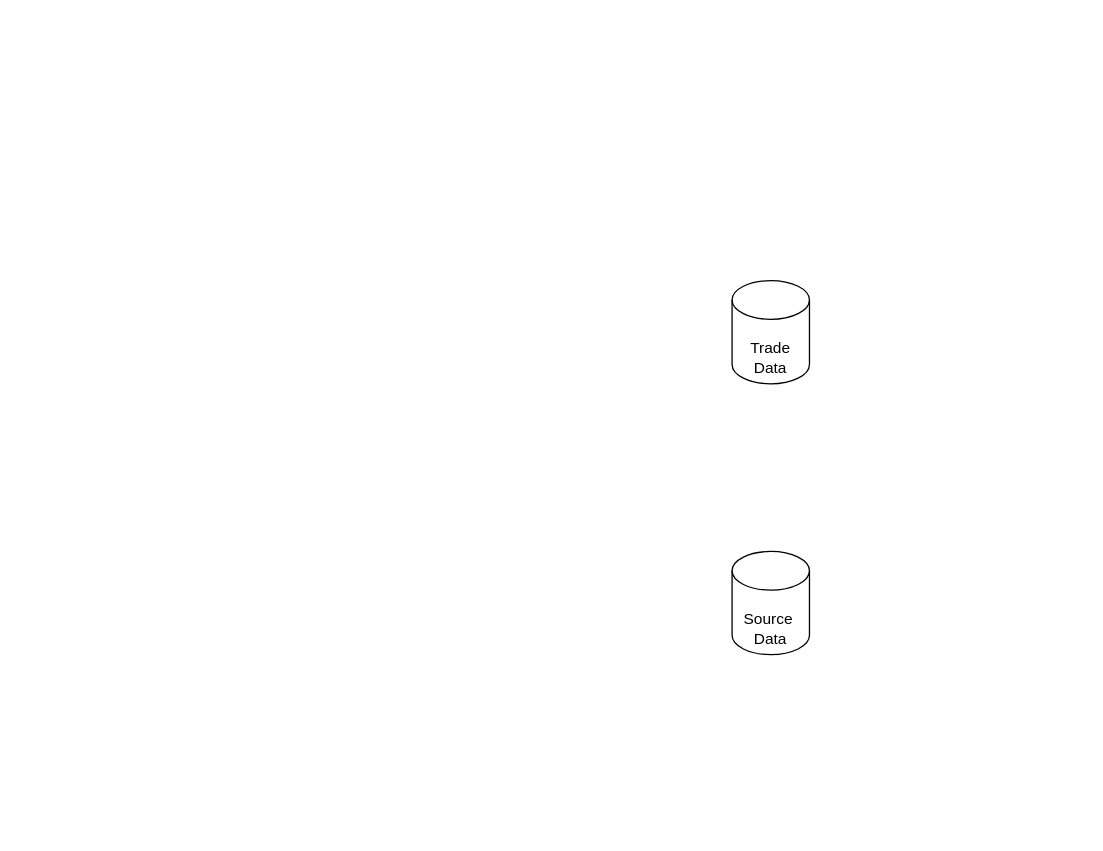
Earlier version of the draw.io diagram Guided_Capstone_Step1.drawio (JamesHizon/Guided_Capstone_Step_1). Source tidied: cells renumbered, new cells numbered last; positions are measured from the earlier drawing's top-left corner, leaving out a move shared by most shapes. Both pictures are drawn from the tidied source at 129%, with x=0, y=0 at pixel (731, 280).
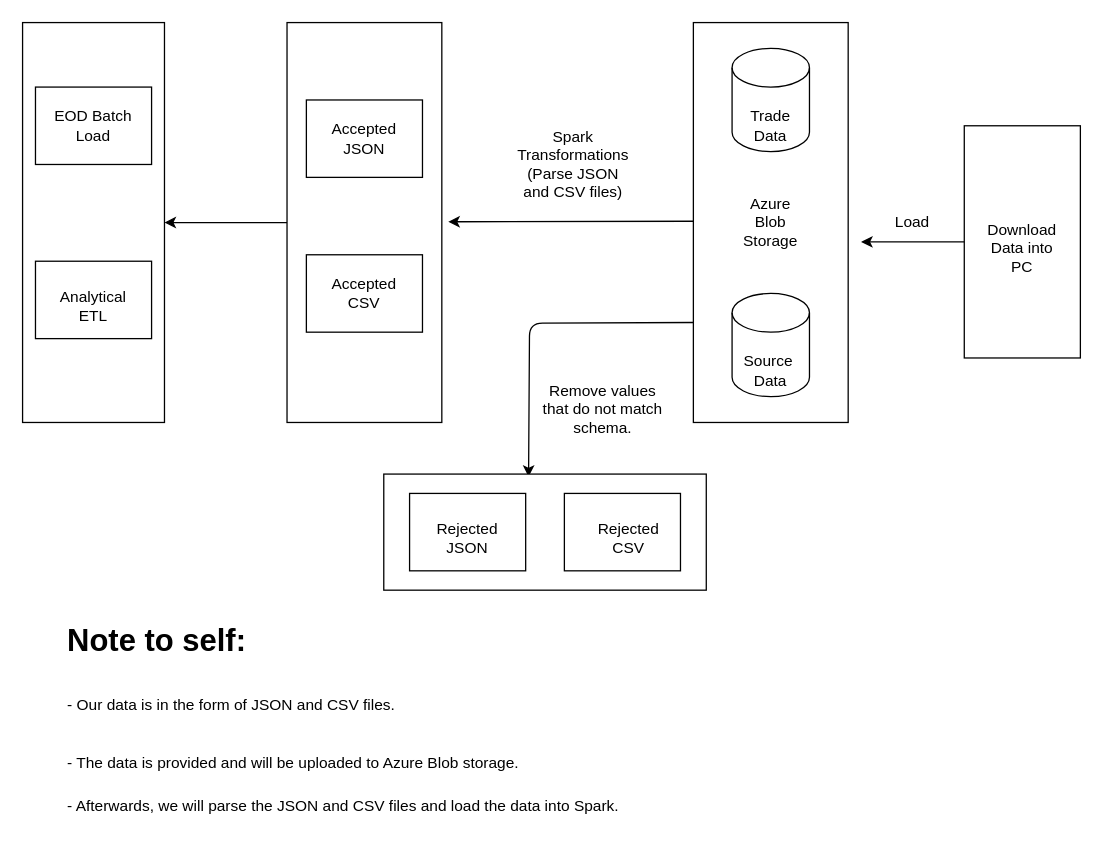
The same page after the edit.

The edit, as a diff of the source:
```diff
@@
+    <mxCell id="6" style="rounded=0;whiteSpace=wrap;html=1;" parent="1" vertex="1">
+      <mxGeometry x="-30" y="-200" width="120" height="310" as="geometry" />
+    </mxCell>
     <mxCell id="2" style="shape=cylinder3;whiteSpace=wrap;html=1;boundedLbl=1;backgroundOutline=1;size=15;" parent="1" vertex="1">
-      <mxGeometry width="60" height="80" as="geometry" />
+      <mxGeometry y="-180" width="60" height="80" as="geometry" />
     </mxCell>
     <mxCell id="3" style="shape=cylinder3;whiteSpace=wrap;html=1;boundedLbl=1;backgroundOutline=1;size=15;" parent="1" vertex="1">
-      <mxGeometry y="210" width="60" height="80" as="geometry" />
+      <mxGeometry y="10" width="60" height="80" as="geometry" />
     </mxCell>
     <mxCell id="4" value="Trade Data" style="text;html=1;strokeColor=none;fillColor=none;align=center;verticalAlign=middle;whiteSpace=wrap;rounded=0;" parent="1" vertex="1">
-      <mxGeometry x="10" y="50" width="40" height="20" as="geometry" />
+      <mxGeometry x="10" y="-130" width="40" height="20" as="geometry" />
     </mxCell>
     <mxCell id="5" value="Source&amp;nbsp;&lt;br&gt;Data" style="text;html=1;strokeColor=none;fillColor=none;align=center;verticalAlign=middle;whiteSpace=wrap;rounded=0;" parent="1" vertex="1">
-      <mxGeometry x="10" y="260" width="40" height="20" as="geometry" />
+      <mxGeometry x="10" y="60" width="40" height="20" as="geometry" />
     </mxCell>
+    <mxCell id="7" value="&lt;h1&gt;Note to self:&lt;/h1&gt;&lt;h1&gt;&lt;span style=&quot;font-size: 12px ; font-weight: normal&quot;&gt;- Our data is in&amp;nbsp;the form of JSON and CSV files.&lt;/span&gt;&lt;/h1&gt;&lt;h1&gt;&lt;span style=&quot;font-size: 12px ; font-weight: normal&quot;&gt;- The data is provided and will be uploaded to Azure Blob storage.&lt;/span&gt;&lt;/h1&gt;&lt;div&gt;- Afterwards, we will parse the JSON and CSV files&amp;nbsp;and load the data into Spark.&lt;/div&gt;&lt;div&gt;&lt;br&gt;&lt;/div&gt;&lt;div&gt;&lt;br&gt;&lt;/div&gt;&lt;div&gt;&lt;br&gt;&lt;/div&gt;" style="text;html=1;strokeColor=none;fillColor=none;spacing=5;spacingTop=-20;whiteSpace=wrap;overflow=hidden;rounded=0;" parent="1" vertex="1">
+      <mxGeometry x="-520" y="260" width="490" height="165" as="geometry" />
+    </mxCell>
+    <mxCell id="8" value="Azure Blob Storage" style="text;html=1;strokeColor=none;fillColor=none;align=center;verticalAlign=middle;whiteSpace=wrap;rounded=0;" parent="1" vertex="1">
+      <mxGeometry x="10" y="-55" width="40" height="20" as="geometry" />
+    </mxCell>
+    <mxCell id="9" style="endArrow=classic;html=1;" parent="1" edge="1">
+      <mxGeometry relative="1" as="geometry">
+        <mxPoint x="-30" y="-46" as="sourcePoint" />
+        <mxPoint x="-220" y="-45.6" as="targetPoint" />
+      </mxGeometry>
+    </mxCell>
+    <mxCell id="10" value="Spark Transformations&lt;br&gt;(Parse JSON and CSV files)" style="text;html=1;strokeColor=none;fillColor=none;align=center;verticalAlign=middle;whiteSpace=wrap;rounded=0;" parent="1" vertex="1">
+      <mxGeometry x="-170" y="-100" width="94" height="20" as="geometry" />
+    </mxCell>
+    <mxCell id="11" style="rounded=0;whiteSpace=wrap;html=1;" parent="1" vertex="1">
+      <mxGeometry x="180" y="-120" width="90" height="180" as="geometry" />
+    </mxCell>
+    <mxCell id="12" value="Download&lt;br&gt;Data into PC" style="text;html=1;strokeColor=none;fillColor=none;align=center;verticalAlign=middle;whiteSpace=wrap;rounded=0;" parent="1" vertex="1">
+      <mxGeometry x="205" y="-35" width="40" height="20" as="geometry" />
+    </mxCell>
+    <mxCell id="13" style="endArrow=classic;html=1;exitX=0;exitY=0.5;exitDx=0;exitDy=0;" parent="1" edge="1" source="11">
+      <mxGeometry relative="1" as="geometry">
+        <mxPoint x="100" y="-30" as="targetPoint" />
+      </mxGeometry>
+    </mxCell>
+    <mxCell id="14" value="Load" style="text;html=1;strokeColor=none;fillColor=none;align=center;verticalAlign=middle;whiteSpace=wrap;rounded=0;" parent="1" vertex="1">
+      <mxGeometry x="120" y="-55" width="40" height="20" as="geometry" />
+    </mxCell>
+    <mxCell id="15" style="rounded=0;whiteSpace=wrap;html=1;" parent="1" vertex="1">
+      <mxGeometry x="-345" y="-200" width="120" height="310" as="geometry" />
+    </mxCell>
+    <mxCell id="16" style="endArrow=classic;html=1;exitX=0;exitY=0.75;exitDx=0;exitDy=0;entryX=0.449;entryY=0.024;entryDx=0;entryDy=0;entryPerimeter=0;" parent="1" edge="1" source="6" target="17">
+      <mxGeometry relative="1" as="geometry">
+        <Array as="points">
+          <mxPoint x="-157" y="33" />
+        </Array>
+      </mxGeometry>
+    </mxCell>
+    <mxCell id="17" style="rounded=0;whiteSpace=wrap;html=1;" parent="1" vertex="1">
+      <mxGeometry x="-270" y="150" width="250" height="90" as="geometry" />
+    </mxCell>
+    <mxCell id="18" value="Remove values that do not match schema." style="text;html=1;strokeColor=none;fillColor=none;align=center;verticalAlign=middle;whiteSpace=wrap;rounded=0;" parent="1" vertex="1">
+      <mxGeometry x="-150" y="90" width="100" height="20" as="geometry" />
+    </mxCell>
+    <mxCell id="19" style="rounded=0;whiteSpace=wrap;html=1;" parent="1" vertex="1">
+      <mxGeometry x="-250" y="165" width="90" height="60" as="geometry" />
+    </mxCell>
+    <mxCell id="20" style="rounded=0;whiteSpace=wrap;html=1;" parent="1" vertex="1">
+      <mxGeometry x="-130" y="165" width="90" height="60" as="geometry" />
+    </mxCell>
+    <mxCell id="21" value="Rejected&lt;br&gt;CSV" style="text;html=1;strokeColor=none;fillColor=none;align=center;verticalAlign=middle;whiteSpace=wrap;rounded=0;" parent="1" vertex="1">
+      <mxGeometry x="-100" y="190" width="40" height="20" as="geometry" />
+    </mxCell>
+    <mxCell id="22" value="Rejected&lt;br&gt;JSON" style="text;html=1;strokeColor=none;fillColor=none;align=center;verticalAlign=middle;whiteSpace=wrap;rounded=0;" parent="1" vertex="1">
+      <mxGeometry x="-225" y="190" width="40" height="20" as="geometry" />
+    </mxCell>
+    <mxCell id="23" style="rounded=0;whiteSpace=wrap;html=1;" parent="1" vertex="1">
+      <mxGeometry x="-330" y="-140" width="90" height="60" as="geometry" />
+    </mxCell>
+    <mxCell id="24" style="rounded=0;whiteSpace=wrap;html=1;" parent="1" vertex="1">
+      <mxGeometry x="-330" y="-20" width="90" height="60" as="geometry" />
+    </mxCell>
+    <mxCell id="25" value="Accepted&lt;br&gt;JSON" style="text;html=1;strokeColor=none;fillColor=none;align=center;verticalAlign=middle;whiteSpace=wrap;rounded=0;" parent="1" vertex="1">
+      <mxGeometry x="-305" y="-120" width="40" height="20" as="geometry" />
+    </mxCell>
+    <mxCell id="26" value="Accepted&lt;br&gt;CSV" style="text;html=1;strokeColor=none;fillColor=none;align=center;verticalAlign=middle;whiteSpace=wrap;rounded=0;" parent="1" vertex="1">
+      <mxGeometry x="-305" width="40" height="20" as="geometry" />
+    </mxCell>
+    <mxCell id="27" style="rounded=0;whiteSpace=wrap;html=1;" parent="1" vertex="1">
+      <mxGeometry x="-550" y="-200" width="110" height="310" as="geometry" />
+    </mxCell>
+    <mxCell id="28" style="endArrow=classic;html=1;entryX=1;entryY=0.5;entryDx=0;entryDy=0;exitX=0;exitY=0.5;exitDx=0;exitDy=0;" parent="1" edge="1" source="15" target="27">
+      <mxGeometry relative="1" as="geometry" />
+    </mxCell>
+    <mxCell id="29" style="rounded=0;whiteSpace=wrap;html=1;" parent="1" vertex="1">
+      <mxGeometry x="-540" y="-150" width="90" height="60" as="geometry" />
+    </mxCell>
+    <mxCell id="30" style="rounded=0;whiteSpace=wrap;html=1;" parent="1" vertex="1">
+      <mxGeometry x="-540" y="-15" width="90" height="60" as="geometry" />
+    </mxCell>
+    <mxCell id="31" value="EOD Batch Load" style="text;html=1;strokeColor=none;fillColor=none;align=center;verticalAlign=middle;whiteSpace=wrap;rounded=0;" parent="1" vertex="1">
+      <mxGeometry x="-530" y="-130" width="70" height="20" as="geometry" />
+    </mxCell>
+    <mxCell id="32" value="Analytical ETL" style="text;html=1;strokeColor=none;fillColor=none;align=center;verticalAlign=middle;whiteSpace=wrap;rounded=0;" parent="1" vertex="1">
+      <mxGeometry x="-515" y="10" width="40" height="20" as="geometry" />
+    </mxCell>
```
